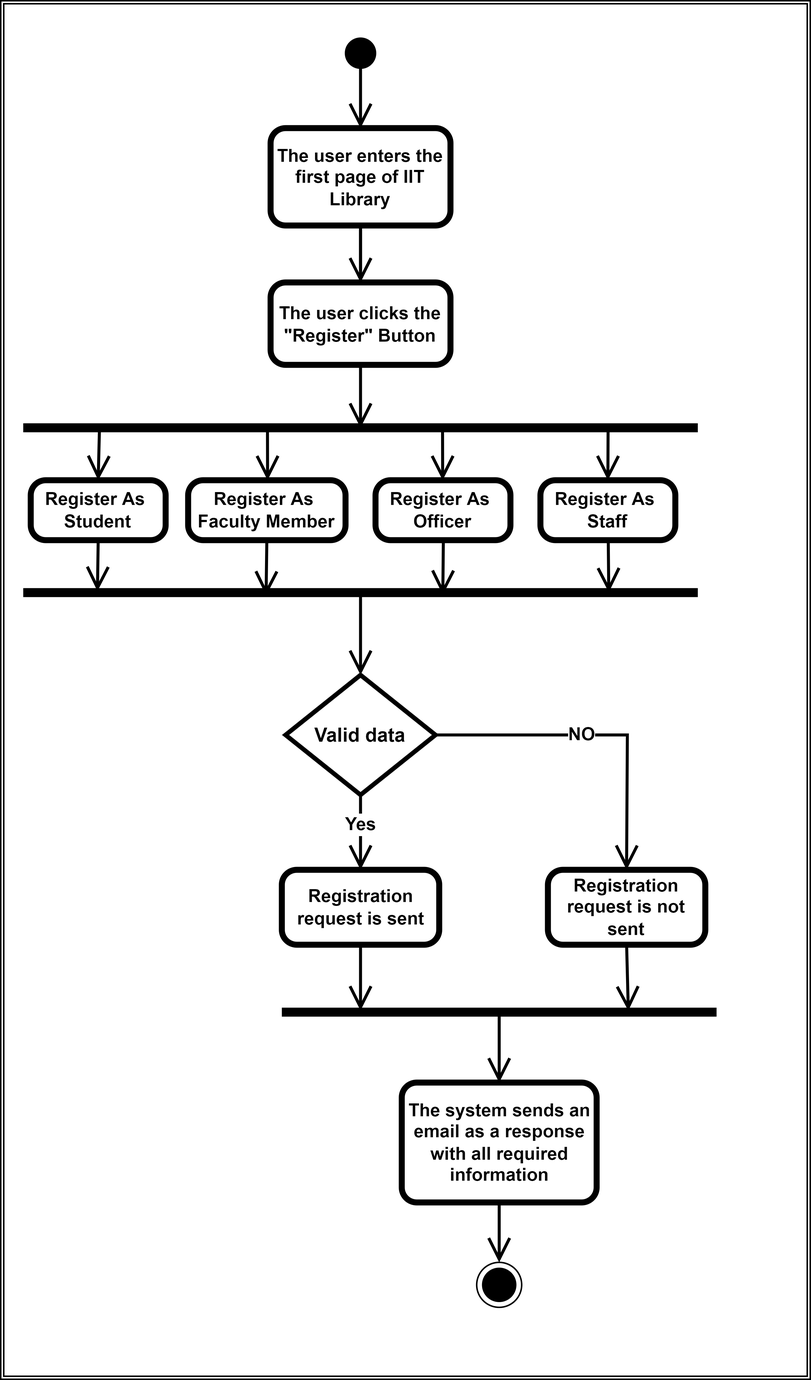
This is SRS/Activity Diagram/Activity Diagram 01.png from IIT-NSTU/IIT-Library-2.0, a draw.io export, as it was before one commit. Source tidied: cells renumbered, new cells last; positions are measured from the earlier drawing's top-left corner, leaving out a move shared by most shapes.
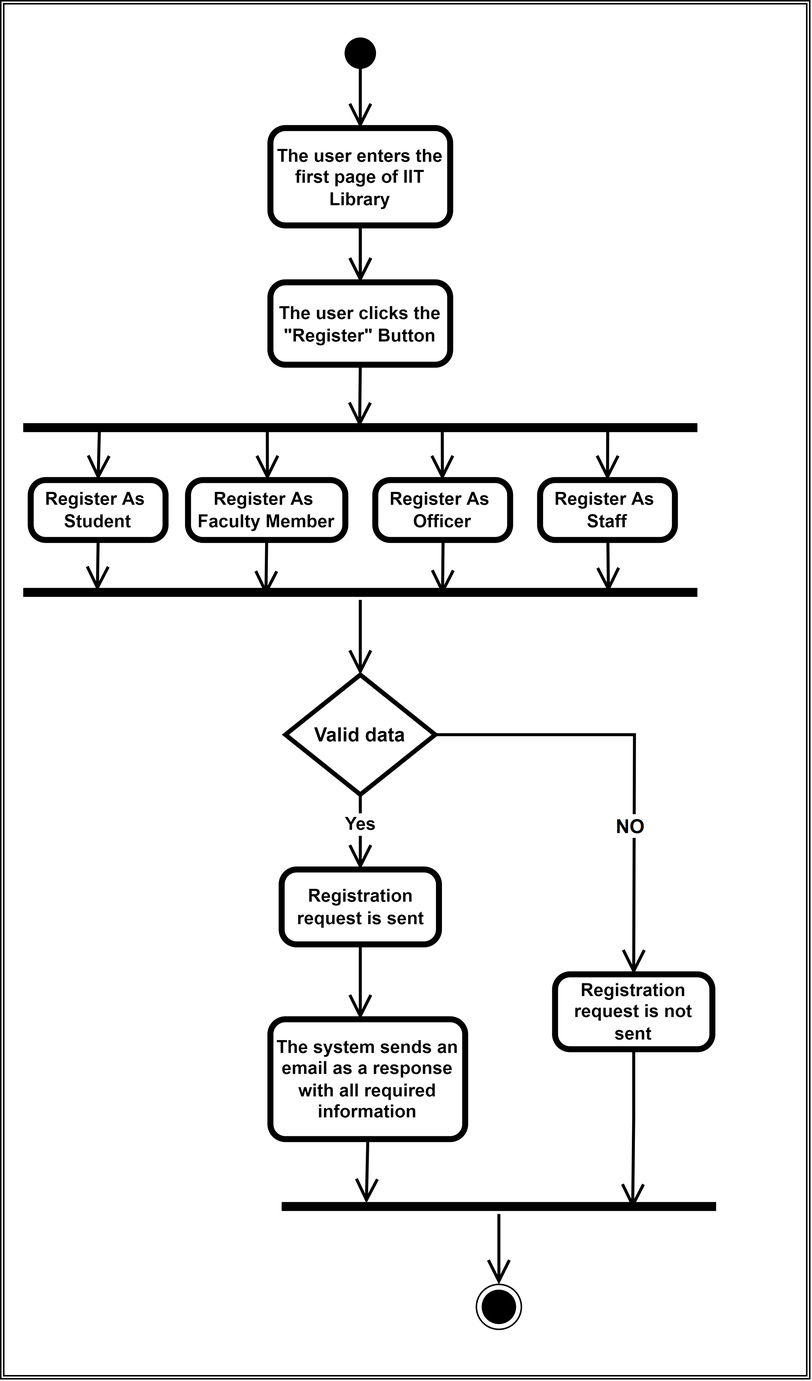
The same file after the commit.

Diff of the diagram source:
```diff
@@ -8,28 +8,31 @@
     <mxCell id="3" style="rounded=0;jettySize=auto;html=1;entryX=0.5;entryY=0;entryDx=0;entryDy=0;entryPerimeter=0;endArrow=open;endFill=0;endSize=12;strokeColor=#000000;strokeWidth=2;exitX=0.5;exitY=1;exitDx=0;exitDy=0;" parent="1" edge="1" source="9" target="7">
       <mxGeometry relative="1" as="geometry" />
     </mxCell>
-    <mxCell id="4" style="edgeStyle=orthogonalEdgeStyle;rounded=0;jettySize=auto;html=1;exitX=0.5;exitY=1;exitDx=0;exitDy=0;exitPerimeter=0;entryX=0.5;entryY=0;entryDx=0;entryDy=0;strokeColor=#000000;endArrow=open;endFill=0;endSize=12;strokeWidth=2;startArrow=none;" parent="1" edge="1" source="10" target="8">
-      <mxGeometry relative="1" as="geometry" />
-    </mxCell>
-    <mxCell id="5" style="edgeStyle=none;rounded=0;jettySize=auto;html=1;exitX=0.5;exitY=1;exitDx=0;exitDy=0;exitPerimeter=0;entryX=0.5;entryY=0;entryDx=0;entryDy=0;entryPerimeter=0;endArrow=open;endFill=0;endSize=12;strokeColor=#000000;strokeWidth=2;" parent="1" edge="1" source="7" target="12">
-      <mxGeometry relative="1" as="geometry" />
-    </mxCell>
-    <mxCell id="6" style="edgeStyle=none;rounded=0;jettySize=auto;html=1;fontSize=13;fontColor=#000000;startArrow=none;startFill=0;endArrow=open;endFill=0;startSize=12;endSize=12;strokeColor=#000000;strokeWidth=2;" parent="1" edge="1" source="7" target="12">
-      <mxGeometry relative="1" as="geometry" />
-    </mxCell>
+    <mxCell id="37" style="edgeStyle=orthogonalEdgeStyle;rounded=0;jettySize=auto;html=1;exitX=0.5;exitY=1;exitDx=0;exitDy=0;exitPerimeter=0;entryX=0.5;entryY=0;entryDx=0;entryDy=0;strokeColor=#000000;endArrow=open;endFill=0;endSize=12;strokeWidth=2;startArrow=none;" parent="1" edge="1" source="48" target="40">
+      <mxGeometry relative="1" as="geometry" />
+    </mxCell>
+    <mxCell id="38" style="edgeStyle=none;rounded=0;jettySize=auto;html=1;exitX=0.5;exitY=1;exitDx=0;exitDy=0;exitPerimeter=0;entryX=0.5;entryY=0;entryDx=0;entryDy=0;entryPerimeter=0;endArrow=open;endFill=0;endSize=12;strokeColor=#000000;strokeWidth=2;" parent="1" edge="1" source="7" target="12">
+      <mxGeometry relative="1" as="geometry" />
+    </mxCell>
+    <mxCell id="39" style="edgeStyle=none;rounded=0;jettySize=auto;html=1;fontSize=13;fontColor=#000000;startArrow=none;startFill=0;endArrow=open;endFill=0;startSize=12;endSize=12;strokeColor=#000000;strokeWidth=2;" parent="1" edge="1" source="7" target="12">
+      <mxGeometry relative="1" as="geometry" />
+    </mxCell>
     <mxCell id="7" value="The user enters the first page of IIT Library" style="points=[[0.25,0,0],[0.5,0,0],[0.75,0,0],[1,0.25,0],[1,0.5,0],[1,0.75,0],[0.75,1,0],[0.5,1,0],[0.25,1,0],[0,0.75,0],[0,0.5,0],[0,0.25,0]];shape=mxgraph.bpmn.task;whiteSpace=wrap;rectStyle=rounded;size=10;bpmnShapeType=call;strokeColor=#000000;fontStyle=1;" parent="1" vertex="1">
       <mxGeometry x="180" y="85" width="120" height="65" as="geometry" />
     </mxCell>
-    <mxCell id="8" style="ellipse;html=1;shape=endState;fillColor=#000000;strokeColor=#000000;" parent="1" vertex="1">
-      <mxGeometry x="317.5" y="842" width="30" height="30" as="geometry" />
-    </mxCell>
+    <mxCell id="40" style="ellipse;html=1;shape=endState;fillColor=#000000;strokeColor=#000000;" parent="1" vertex="1">
+      <mxGeometry x="317.5" y="857" width="30" height="30" as="geometry" />
+    </mxCell>
     <mxCell id="9" style="ellipse;shape=doubleEllipse;whiteSpace=wrap;html=1;fillStyle=solid;strokeColor=default;strokeWidth=1;fillColor=#000000;gradientColor=none;" parent="1" vertex="1">
       <mxGeometry x="230" y="25" width="20" height="20" as="geometry" />
     </mxCell>
+    <mxCell id="41" style="edgeStyle=orthogonalEdgeStyle;rounded=0;jettySize=auto;html=1;exitX=0.5;exitY=1;exitDx=0;exitDy=0;exitPerimeter=0;entryX=0.195;entryY=0.285;entryDx=0;entryDy=0;entryPerimeter=0;strokeWidth=2;endArrow=open;endFill=0;endSize=12;" parent="1" edge="1" source="10" target="48">
+      <mxGeometry relative="1" as="geometry" />
+    </mxCell>
     <mxCell id="10" value="The system sends an email as a response with all required information" style="points=[[0.25,0,0],[0.5,0,0],[0.75,0,0],[1,0.25,0],[1,0.5,0],[1,0.75,0],[0.75,1,0],[0.5,1,0],[0.25,1,0],[0,0.75,0],[0,0.5,0],[0,0.25,0]];shape=mxgraph.bpmn.task;whiteSpace=wrap;rectStyle=rounded;size=10;bpmnShapeType=call;strokeColor=#000000;fontStyle=1;" parent="1" vertex="1">
-      <mxGeometry x="267.5" y="722" width="130" height="80" as="geometry" />
+      <mxGeometry x="180" y="680" width="130" height="80" as="geometry" />
     </mxCell>
-    <mxCell id="11" style="edgeStyle=none;rounded=0;jettySize=auto;html=1;exitX=0.5;exitY=1;exitDx=0;exitDy=0;exitPerimeter=0;fontColor=#FFFFFF;endArrow=open;endFill=0;endSize=12;strokeColor=#000000;strokeWidth=2;" parent="1" edge="1" source="12" target="13">
+    <mxCell id="11" style="edgeStyle=none;rounded=0;jettySize=auto;html=1;exitX=0.5;exitY=1;exitDx=0;exitDy=0;exitPerimeter=0;fontColor=#FFFFFF;endArrow=open;endFill=0;endSize=12;strokeColor=#000000;strokeWidth=2;entryX=0.499;entryY=0.453;entryDx=0;entryDy=0;entryPerimeter=0;" parent="1" edge="1" source="12" target="13">
       <mxGeometry relative="1" as="geometry" />
     </mxCell>
     <mxCell id="12" value="The user clicks the &quot;Register&quot; Button" style="points=[[0.25,0,0],[0.5,0,0],[0.75,0,0],[1,0.25,0],[1,0.5,0],[1,0.75,0],[0.75,1,0],[0.5,1,0],[0.25,1,0],[0,0.75,0],[0,0.5,0],[0,0.25,0]];shape=mxgraph.bpmn.task;whiteSpace=wrap;rectStyle=rounded;size=10;bpmnShapeType=call;strokeColor=#000000;fontStyle=1;" parent="1" vertex="1">
@@ -62,64 +65,63 @@
     <mxCell id="21" value="Register As &#10;Staff" style="points=[[0.25,0,0],[0.5,0,0],[0.75,0,0],[1,0.25,0],[1,0.5,0],[1,0.75,0],[0.75,1,0],[0.5,1,0],[0.25,1,0],[0,0.75,0],[0,0.5,0],[0,0.25,0]];shape=mxgraph.bpmn.task;whiteSpace=wrap;rectStyle=rounded;size=10;bpmnShapeType=call;strokeColor=#000000;fontStyle=1;" parent="1" vertex="1">
       <mxGeometry x="360" y="320" width="90" height="40" as="geometry" />
     </mxCell>
-    <mxCell id="22" style="edgeStyle=none;rounded=0;orthogonalLoop=1;jettySize=auto;html=1;entryX=0.113;entryY=0.558;entryDx=0;entryDy=0;entryPerimeter=0;fontColor=#FFFFFF;endArrow=none;endFill=0;endSize=12;strokeColor=#000000;strokeWidth=2;startArrow=open;startFill=0;startSize=12;" parent="1" edge="1">
-      <mxGeometry relative="1" as="geometry">
-        <mxPoint x="178" y="320" as="sourcePoint" />
-        <mxPoint x="177.9" y="285.6" as="targetPoint" />
-      </mxGeometry>
-    </mxCell>
-    <mxCell id="23" style="edgeStyle=none;rounded=0;orthogonalLoop=1;jettySize=auto;html=1;entryX=0.113;entryY=0.558;entryDx=0;entryDy=0;entryPerimeter=0;fontColor=#FFFFFF;endArrow=none;endFill=0;endSize=12;strokeColor=#000000;strokeWidth=2;startArrow=open;startFill=0;startSize=12;" parent="1" edge="1">
-      <mxGeometry relative="1" as="geometry">
-        <mxPoint x="294.8" y="320" as="sourcePoint" />
-        <mxPoint x="294.7" y="285.6" as="targetPoint" />
-      </mxGeometry>
-    </mxCell>
+    <mxCell id="42" style="edgeStyle=none;rounded=0;orthogonalLoop=1;jettySize=auto;html=1;entryX=0.113;entryY=0.558;entryDx=0;entryDy=0;entryPerimeter=0;fontColor=#FFFFFF;endArrow=none;endFill=0;endSize=12;strokeColor=#000000;strokeWidth=2;startArrow=open;startFill=0;startSize=12;" parent="1" edge="1">
+      <mxGeometry relative="1" as="geometry">
+        <mxPoint x="178" y="320" as="sourcePoint" />
+        <mxPoint x="177.9" y="285.6" as="targetPoint" />
+      </mxGeometry>
+    </mxCell>
+    <mxCell id="43" style="edgeStyle=none;rounded=0;orthogonalLoop=1;jettySize=auto;html=1;entryX=0.113;entryY=0.558;entryDx=0;entryDy=0;entryPerimeter=0;fontColor=#FFFFFF;endArrow=none;endFill=0;endSize=12;strokeColor=#000000;strokeWidth=2;startArrow=open;startFill=0;startSize=12;" parent="1" edge="1">
+      <mxGeometry relative="1" as="geometry">
+        <mxPoint x="294.8" y="320" as="sourcePoint" />
+        <mxPoint x="294.7" y="285.6" as="targetPoint" />
+      </mxGeometry>
+    </mxCell>
     <mxCell id="24" style="edgeStyle=none;rounded=0;jettySize=auto;html=1;entryX=0.5;entryY=0;entryDx=0;entryDy=0;entryPerimeter=0;fontColor=#FFFFFF;startArrow=none;startFill=0;endArrow=open;endFill=0;startSize=12;endSize=12;strokeColor=#000000;strokeWidth=2;" parent="1" edge="1" source="25" target="30">
       <mxGeometry relative="1" as="geometry" />
     </mxCell>
     <mxCell id="25" style="line;strokeWidth=6;html=1;fillStyle=solid;fontColor=#FFFFFF;fillColor=#FFFFFF;gradientColor=none;" parent="1" vertex="1">
       <mxGeometry x="15" y="390" width="450" height="10" as="geometry" />
     </mxCell>
-    <mxCell id="26" style="edgeStyle=none;rounded=0;jettySize=auto;html=1;fontColor=#FFFFFF;startArrow=none;startFill=0;endArrow=open;endFill=0;startSize=12;endSize=12;strokeColor=#000000;strokeWidth=2;exitX=0.5;exitY=1;exitDx=0;exitDy=0;exitPerimeter=0;entryX=0.622;entryY=0.649;entryDx=0;entryDy=0;entryPerimeter=0;" parent="1" edge="1" target="25">
-      <mxGeometry relative="1" as="geometry">
-        <mxPoint x="295.2" y="360" as="sourcePoint" />
-      </mxGeometry>
-    </mxCell>
-    <mxCell id="27" style="edgeStyle=none;rounded=0;jettySize=auto;html=1;fontColor=#FFFFFF;startArrow=none;startFill=0;endArrow=open;endFill=0;startSize=12;endSize=12;strokeColor=#000000;strokeWidth=2;exitX=0.5;exitY=1;exitDx=0;exitDy=0;exitPerimeter=0;entryX=0.868;entryY=0.486;entryDx=0;entryDy=0;entryPerimeter=0;" parent="1" edge="1" target="25">
-      <mxGeometry relative="1" as="geometry">
-        <mxPoint x="405.2" y="360" as="sourcePoint" />
-      </mxGeometry>
-    </mxCell>
+    <mxCell id="44" style="edgeStyle=none;rounded=0;jettySize=auto;html=1;fontColor=#FFFFFF;startArrow=none;startFill=0;endArrow=open;endFill=0;startSize=12;endSize=12;strokeColor=#000000;strokeWidth=2;exitX=0.5;exitY=1;exitDx=0;exitDy=0;exitPerimeter=0;entryX=0.622;entryY=0.649;entryDx=0;entryDy=0;entryPerimeter=0;" parent="1" edge="1" target="25">
+      <mxGeometry relative="1" as="geometry">
+        <mxPoint x="295.2" y="360" as="sourcePoint" />
+      </mxGeometry>
+    </mxCell>
+    <mxCell id="45" style="edgeStyle=none;rounded=0;jettySize=auto;html=1;fontColor=#FFFFFF;startArrow=none;startFill=0;endArrow=open;endFill=0;startSize=12;endSize=12;strokeColor=#000000;strokeWidth=2;exitX=0.5;exitY=1;exitDx=0;exitDy=0;exitPerimeter=0;entryX=0.868;entryY=0.486;entryDx=0;entryDy=0;entryPerimeter=0;" parent="1" edge="1" target="25">
+      <mxGeometry relative="1" as="geometry">
+        <mxPoint x="405.2" y="360" as="sourcePoint" />
+      </mxGeometry>
+    </mxCell>
     <mxCell id="28" value="Yes" style="edgeStyle=none;rounded=0;jettySize=auto;html=1;fontSize=12;fontColor=#000000;startArrow=none;startFill=0;endArrow=open;endFill=0;startSize=12;endSize=12;strokeColor=#000000;strokeWidth=2;entryX=0.5;entryY=0;entryDx=0;entryDy=0;entryPerimeter=0;exitX=0.5;exitY=1;exitDx=0;exitDy=0;exitPerimeter=0;spacingTop=-10;fontStyle=1;" parent="1" edge="1" source="30" target="32">
       <mxGeometry relative="1" as="geometry" />
     </mxCell>
     <mxCell id="29" value="NO" style="edgeStyle=none;rounded=0;jettySize=auto;html=1;exitX=1;exitY=0.5;exitDx=0;exitDy=0;exitPerimeter=0;entryX=0.5;entryY=0;entryDx=0;entryDy=0;entryPerimeter=0;fontSize=12;fontColor=#000000;startArrow=none;startFill=0;endArrow=open;endFill=0;startSize=12;endSize=12;strokeColor=#000000;strokeWidth=2;fontStyle=1;labelPosition=left;verticalLabelPosition=middle;align=right;verticalAlign=middle;" parent="1" edge="1" source="30" target="33">
       <mxGeometry relative="1" as="geometry">
         <Array as="points">
-          <mxPoint x="418" y="490" />
+          <mxPoint x="423" y="490" />
         </Array>
       </mxGeometry>
     </mxCell>
     <mxCell id="30" value="&lt;font color=&quot;#000000&quot; style=&quot;font-size: 13px;&quot;&gt;Valid data&lt;/font&gt;" style="strokeWidth=3;html=1;shape=mxgraph.flowchart.decision;whiteSpace=wrap;fillStyle=solid;fontColor=#FFFFFF;fillColor=#FFFFFF;gradientColor=none;fontSize=13;fontStyle=1;" parent="1" vertex="1">
       <mxGeometry x="190" y="450" width="100" height="80" as="geometry" />
     </mxCell>
-    <mxCell id="31" style="edgeStyle=none;rounded=0;jettySize=auto;html=1;exitX=0.5;exitY=1;exitDx=0;exitDy=0;exitPerimeter=0;fontSize=13;fontColor=#000000;startArrow=none;startFill=0;endArrow=open;endFill=0;startSize=12;endSize=12;strokeColor=#000000;strokeWidth=2;entryX=0.181;entryY=0.394;entryDx=0;entryDy=0;entryPerimeter=0;" parent="1" edge="1" source="32" target="35">
-      <mxGeometry relative="1" as="geometry" />
-    </mxCell>
+    <mxCell id="46" style="edgeStyle=none;rounded=0;jettySize=auto;html=1;exitX=0.5;exitY=1;exitDx=0;exitDy=0;exitPerimeter=0;fontSize=13;fontColor=#000000;startArrow=none;startFill=0;endArrow=open;endFill=0;startSize=12;endSize=12;strokeColor=#000000;strokeWidth=2;" parent="1" edge="1" source="32">
+      <mxGeometry relative="1" as="geometry">
+        <mxPoint x="240" y="680" as="targetPoint" />
+      </mxGeometry>
+    </mxCell>
     <mxCell id="32" value="Registration request is sent" style="points=[[0.25,0,0],[0.5,0,0],[0.75,0,0],[1,0.25,0],[1,0.5,0],[1,0.75,0],[0.75,1,0],[0.5,1,0],[0.25,1,0],[0,0.75,0],[0,0.5,0],[0,0.25,0]];shape=mxgraph.bpmn.task;whiteSpace=wrap;rectStyle=rounded;size=10;bpmnShapeType=call;strokeColor=#000000;fontStyle=1;" parent="1" vertex="1">
       <mxGeometry x="187.5" y="580" width="105" height="50" as="geometry" />
     </mxCell>
+    <mxCell id="47" style="edgeStyle=orthogonalEdgeStyle;rounded=0;jettySize=auto;html=1;exitX=0.5;exitY=1;exitDx=0;exitDy=0;exitPerimeter=0;entryX=0.808;entryY=0.638;entryDx=0;entryDy=0;entryPerimeter=0;endArrow=open;endFill=0;endSize=12;strokeWidth=2;" parent="1" edge="1" source="33" target="48">
+      <mxGeometry relative="1" as="geometry" />
+    </mxCell>
     <mxCell id="33" value="Registration request is not sent" style="points=[[0.25,0,0],[0.5,0,0],[0.75,0,0],[1,0.25,0],[1,0.5,0],[1,0.75,0],[0.75,1,0],[0.5,1,0],[0.25,1,0],[0,0.75,0],[0,0.5,0],[0,0.25,0]];shape=mxgraph.bpmn.task;whiteSpace=wrap;rectStyle=rounded;size=10;bpmnShapeType=call;strokeColor=#000000;fontStyle=1;" parent="1" vertex="1">
-      <mxGeometry x="365" y="580" width="105" height="50" as="geometry" />
+      <mxGeometry x="370" y="650" width="105" height="50" as="geometry" />
     </mxCell>
-    <mxCell id="34" style="edgeStyle=none;rounded=0;jettySize=auto;html=1;entryX=0.5;entryY=0;entryDx=0;entryDy=0;entryPerimeter=0;fontSize=12;fontColor=#000000;startArrow=none;startFill=0;endArrow=open;endFill=0;startSize=12;endSize=12;strokeColor=#000000;strokeWidth=2;" parent="1" edge="1" source="35" target="10">
-      <mxGeometry relative="1" as="geometry" />
-    </mxCell>
-    <mxCell id="35" style="line;strokeWidth=6;html=1;fillStyle=solid;fontColor=#FFFFFF;fillColor=#FFFFFF;gradientColor=none;" parent="1" vertex="1">
-      <mxGeometry x="187.5" y="670" width="290" height="10" as="geometry" />
-    </mxCell>
-    <mxCell id="36" style="edgeStyle=none;rounded=0;jettySize=auto;html=1;fontSize=13;fontColor=#000000;startArrow=none;startFill=0;endArrow=open;endFill=0;startSize=12;endSize=12;strokeColor=#000000;strokeWidth=2;entryX=0.797;entryY=0.407;entryDx=0;entryDy=0;entryPerimeter=0;exitX=0.5;exitY=1;exitDx=0;exitDy=0;exitPerimeter=0;" parent="1" edge="1" source="33" target="35">
-      <mxGeometry relative="1" as="geometry" />
-    </mxCell>
+    <mxCell id="48" style="line;strokeWidth=6;html=1;fillStyle=solid;fontColor=#FFFFFF;fillColor=#FFFFFF;gradientColor=none;" parent="1" vertex="1">
+      <mxGeometry x="187.5" y="800" width="290" height="10" as="geometry" />
+    </mxCell>
   </root>
 </mxGraphModel>
```
